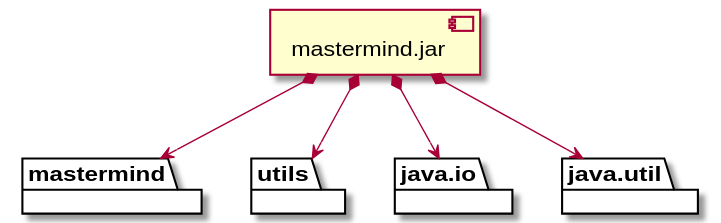
Above: domainModel/docs/diagrams/out/vistas/desarrollo_implementacion.svg in SantaTecla-mastermind/solution.java.swing.socket.sql (PlantUML), before the change.
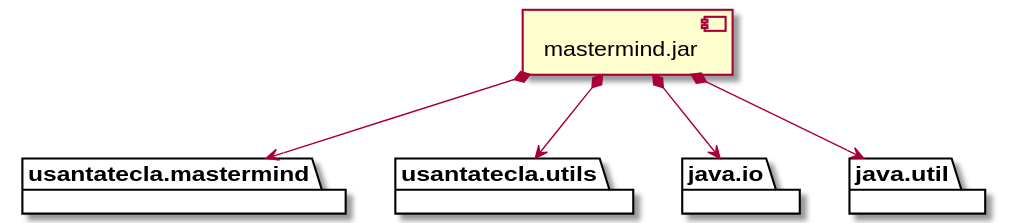
After the commit.

What changed in the source:
```diff
@@ -1,7 +1,7 @@
 @startuml
-package "  "  as mastermind {
+package "  "  as usantatecla.mastermind {
 }
-package "  "  as utils {
+package "  "  as usantatecla.utils {
 }
 package "  "  as java.io {
 }
@@ -10,8 +10,8 @@
 
 [mastermind.jar] as jar
 
-jar *--> mastermind
-jar *--> utils
+jar *--> usantatecla.mastermind
+jar *--> usantatecla.utils
 jar *--> java.io
 jar *--> java.util
 @enduml
```
